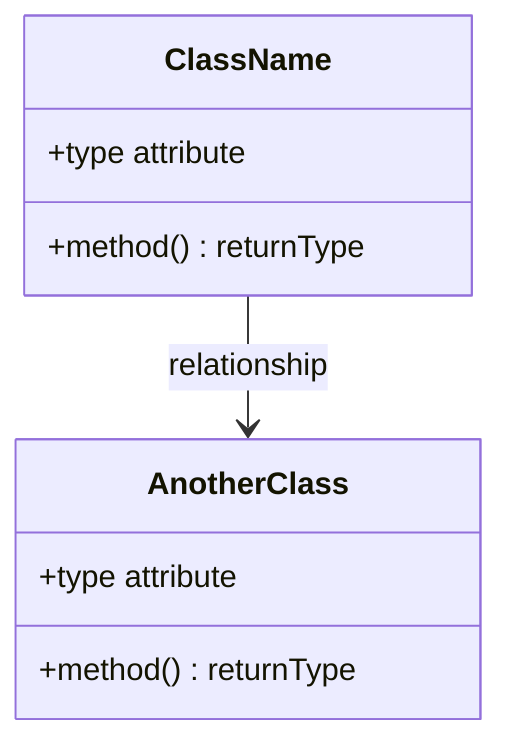
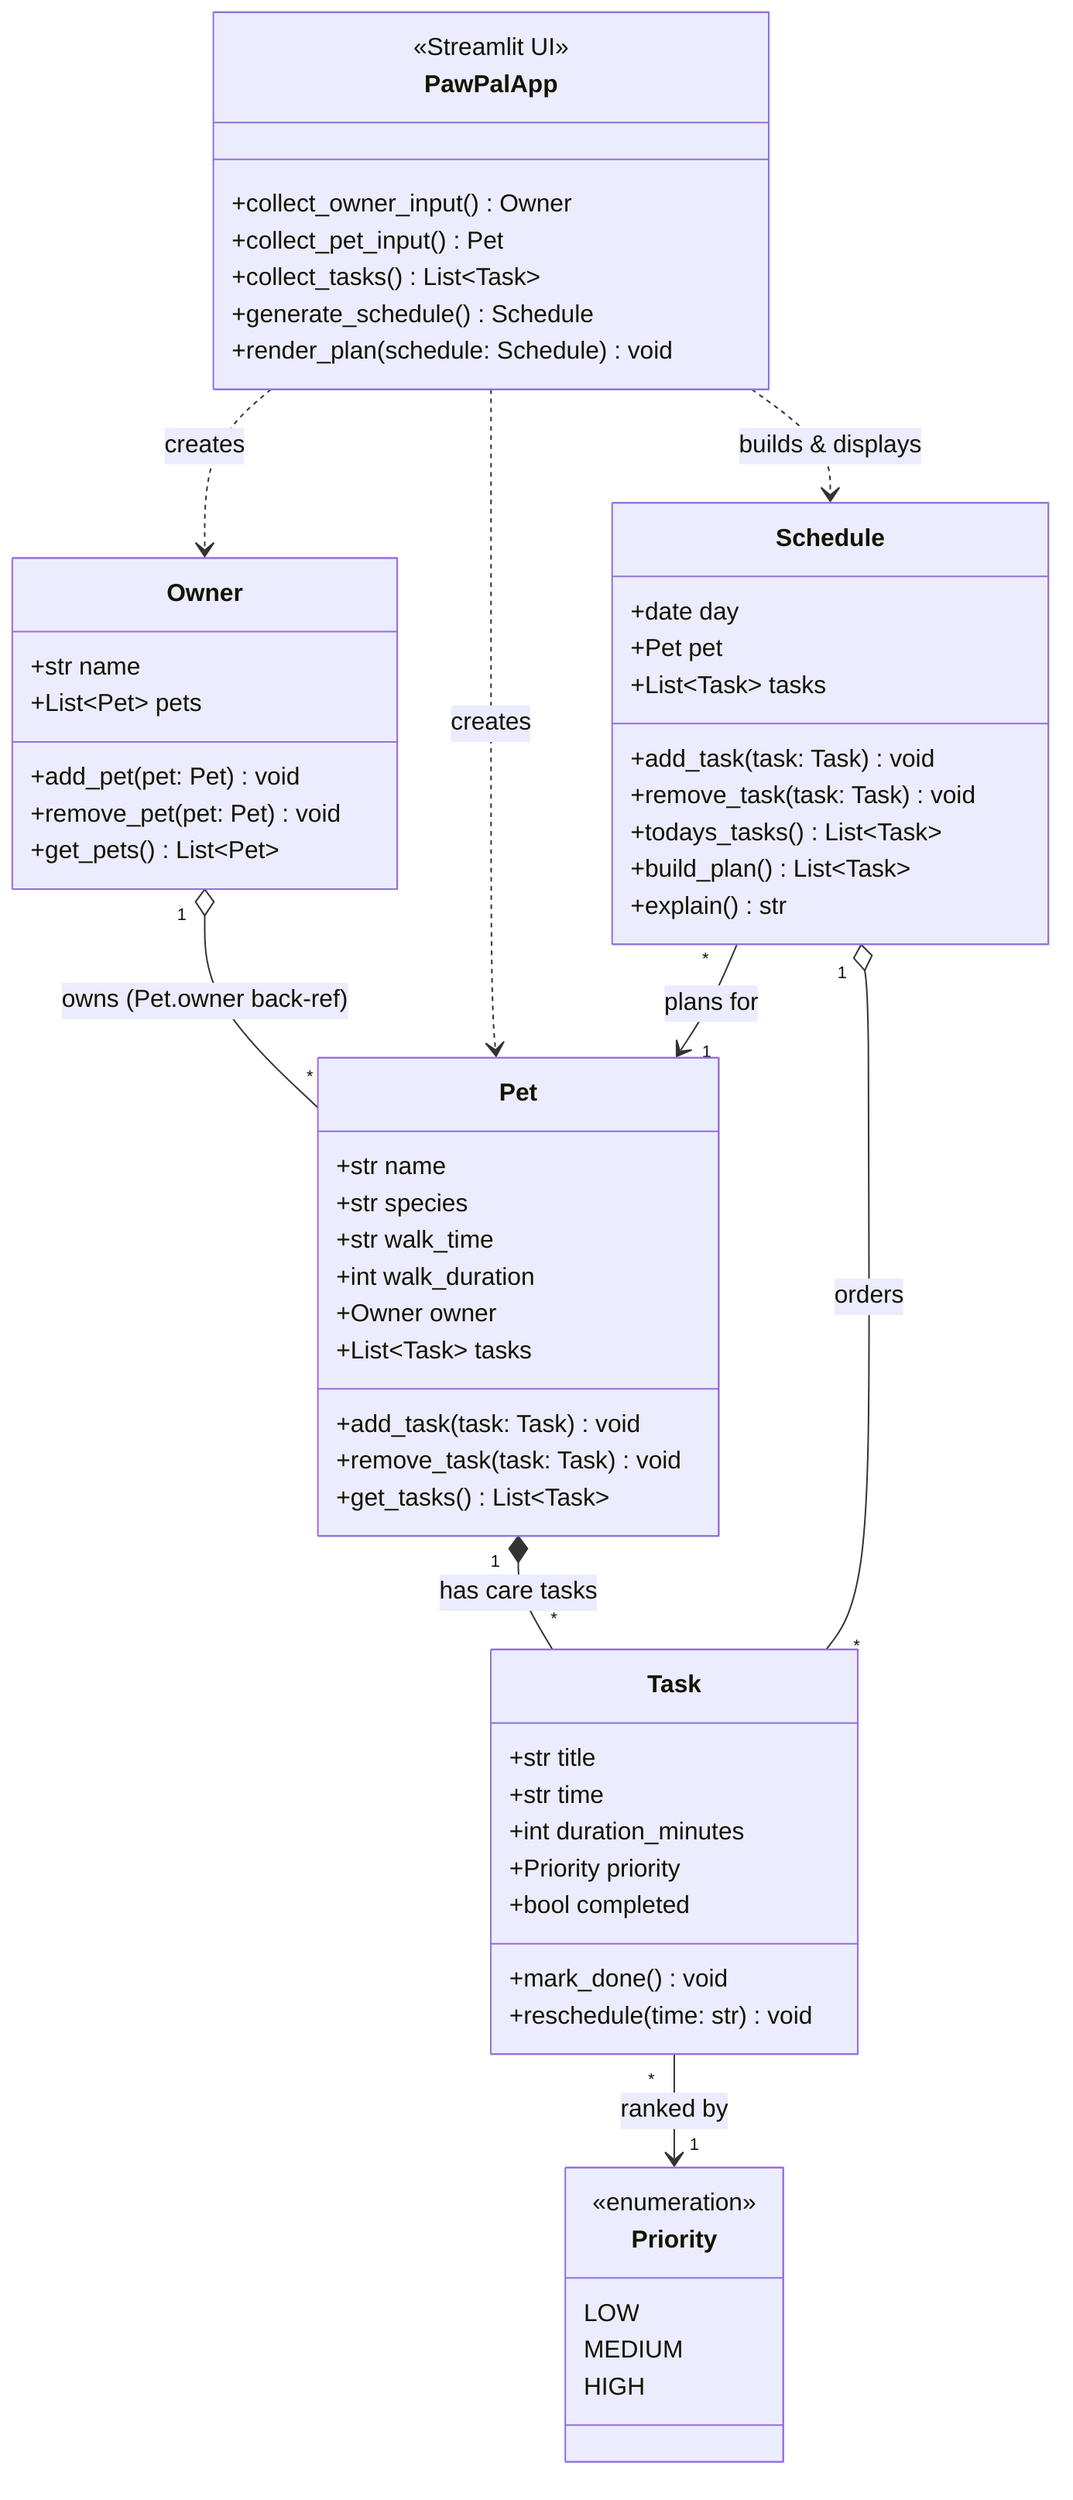
classDiagram
-     %% Replace the placeholders below with your actual classes, attributes, methods, and relationships.
+     %% PawPal+ class diagram
+     %% Source of truth: pawpal_system.py (+ app.py UI layer).
    %% Keep this file updated so it matches your final implementation.

-     class ClassName {
-         +type attribute
-         +method() returnType
+     class Owner {
+         +str name
+         +List~Pet~ pets
+         +add_pet(pet: Pet) void
+         +remove_pet(pet: Pet) void
+         +get_pets() List~Pet~
    }

-     class AnotherClass {
-         +type attribute
-         +method() returnType
+     class Pet {
+         +str name
+         +str species
+         +str walk_time
+         +int walk_duration
+         +Owner owner
+         +List~Task~ tasks
+         +add_task(task: Task) void
+         +remove_task(task: Task) void
+         +get_tasks() List~Task~
    }

-     ClassName --> AnotherClass : relationship
+     class Task {
+         +str title
+         +str time
+         +int duration_minutes
+         +Priority priority
+         +bool completed
+         +mark_done() void
+         +reschedule(time: str) void
+     }
+ 
+     class Schedule {
+         +date day
+         +Pet pet
+         +List~Task~ tasks
+         +add_task(task: Task) void
+         +remove_task(task: Task) void
+         +todays_tasks() List~Task~
+         +build_plan() List~Task~
+         +explain() str
+     }
+ 
+     class Priority {
+         <<enumeration>>
+         LOW
+         MEDIUM
+         HIGH
+     }
+ 
+     class PawPalApp {
+         <<Streamlit UI>>
+         +collect_owner_input() Owner
+         +collect_pet_input() Pet
+         +collect_tasks() List~Task~
+         +generate_schedule() Schedule
+         +render_plan(schedule: Schedule) void
+     }
+ 
+     %% Relationships
+     Owner "1" o-- "*" Pet : owns (Pet.owner back-ref)
+     Pet "1" *-- "*" Task : has care tasks
+     Schedule "*" --> "1" Pet : plans for
+     Schedule "1" o-- "*" Task : orders
+     Task "*" --> "1" Priority : ranked by
+     PawPalApp ..> Owner : creates
+     PawPalApp ..> Pet : creates
+     PawPalApp ..> Schedule : builds & displays
